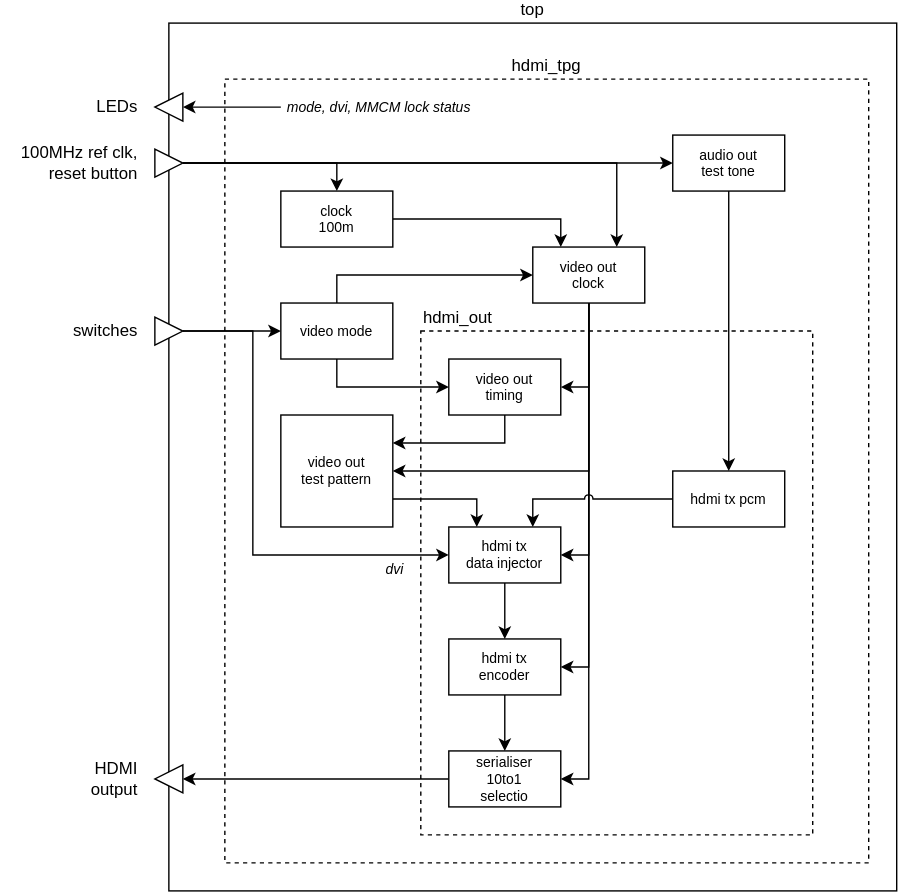
This is doc/hdmi_tpg/hdmi_tpg.svg from amb5l/tyto_project, a draw.io export, as it was before one commit. Source tidied: cells renumbered, new cells last; positions are measured from the earlier drawing's top-left corner, leaving out a move shared by most shapes. Source of this version:
```xml
<mxGraphModel>
  <root>
    <mxCell id="0" />
    <mxCell id="1" parent="0" />
    <mxCell id="2" value="top" style="rounded=0;whiteSpace=wrap;html=1;fontSize=12;glass=0;strokeWidth=1;shadow=0;labelPosition=center;verticalLabelPosition=top;align=center;verticalAlign=bottom;fillColor=none;" parent="1" vertex="1">
      <mxGeometry x="120" width="520" height="620" as="geometry" />
    </mxCell>
    <mxCell id="3" value="hdmi_tpg" style="rounded=0;whiteSpace=wrap;html=1;fontSize=12;glass=0;strokeWidth=1;shadow=0;labelPosition=center;verticalLabelPosition=top;align=center;verticalAlign=bottom;fillColor=none;dashed=1;" parent="1" vertex="1">
      <mxGeometry x="160" y="40" width="460" height="560" as="geometry" />
    </mxCell>
    <mxCell id="4" value="hdmi_out" style="rounded=0;whiteSpace=wrap;html=1;fontSize=12;glass=0;strokeWidth=1;shadow=0;labelPosition=center;verticalLabelPosition=top;align=left;verticalAlign=bottom;fillColor=none;dashed=1;" parent="1" vertex="1">
      <mxGeometry x="300" y="220" width="280" height="360" as="geometry" />
    </mxCell>
    <mxCell id="5" style="edgeStyle=orthogonalEdgeStyle;rounded=0;jumpStyle=arc;jettySize=auto;html=1;exitX=1;exitY=0.5;exitDx=0;exitDy=0;entryX=0.5;entryY=0;entryDx=0;entryDy=0;endArrow=classic;endFill=1;fontSize=10;" parent="1" edge="1" source="8" target="16">
      <mxGeometry relative="1" as="geometry" />
    </mxCell>
    <mxCell id="6" style="edgeStyle=orthogonalEdgeStyle;rounded=0;jumpStyle=arc;jettySize=auto;html=1;exitX=1;exitY=0.5;exitDx=0;exitDy=0;entryX=0;entryY=0.5;entryDx=0;entryDy=0;endArrow=classic;endFill=1;fontSize=10;" parent="1" edge="1" source="8" target="31">
      <mxGeometry relative="1" as="geometry" />
    </mxCell>
    <mxCell id="7" style="edgeStyle=orthogonalEdgeStyle;rounded=0;jumpStyle=arc;jettySize=auto;html=1;exitX=1;exitY=0.5;exitDx=0;exitDy=0;entryX=0.75;entryY=0;entryDx=0;entryDy=0;endArrow=classic;endFill=1;fontSize=10;" parent="1" edge="1" source="8" target="22">
      <mxGeometry relative="1" as="geometry" />
    </mxCell>
    <mxCell id="8" style="triangle;whiteSpace=wrap;html=1;" parent="1" vertex="1">
      <mxGeometry x="110" y="90" width="20" height="20" as="geometry" />
    </mxCell>
    <mxCell id="9" value="100MHz ref clk, reset button" style="text;html=1;strokeColor=none;fillColor=none;align=right;verticalAlign=middle;whiteSpace=wrap;rounded=0;" parent="1" vertex="1">
      <mxGeometry y="90" width="100" height="20" as="geometry" />
    </mxCell>
    <mxCell id="10" value="HDMI output" style="text;html=1;strokeColor=none;fillColor=none;align=right;verticalAlign=middle;whiteSpace=wrap;rounded=0;" parent="1" vertex="1">
      <mxGeometry x="40" y="530" width="60" height="20" as="geometry" />
    </mxCell>
    <mxCell id="11" style="edgeStyle=orthogonalEdgeStyle;rounded=0;jumpStyle=arc;jettySize=auto;html=1;exitX=1;exitY=0.5;exitDx=0;exitDy=0;entryX=0;entryY=0.5;entryDx=0;entryDy=0;endArrow=classic;endFill=1;fontSize=10;" parent="1" edge="1" source="13" target="27">
      <mxGeometry relative="1" as="geometry" />
    </mxCell>
    <mxCell id="12" style="edgeStyle=orthogonalEdgeStyle;rounded=0;jettySize=auto;html=1;exitX=1;exitY=0.5;exitDx=0;exitDy=0;entryX=0;entryY=0.5;entryDx=0;entryDy=0;" parent="1" edge="1" source="13" target="28">
      <mxGeometry relative="1" as="geometry">
        <Array as="points">
          <mxPoint x="180" y="220" />
          <mxPoint x="180" y="380" />
        </Array>
      </mxGeometry>
    </mxCell>
    <mxCell id="13" style="triangle;whiteSpace=wrap;html=1;" parent="1" vertex="1">
      <mxGeometry x="110" y="210" width="20" height="20" as="geometry" />
    </mxCell>
    <mxCell id="14" value="switches" style="text;html=1;strokeColor=none;fillColor=none;align=right;verticalAlign=middle;whiteSpace=wrap;rounded=0;" parent="1" vertex="1">
      <mxGeometry y="210" width="100" height="20" as="geometry" />
    </mxCell>
    <mxCell id="15" style="edgeStyle=orthogonalEdgeStyle;rounded=0;jumpStyle=arc;jettySize=auto;html=1;exitX=1;exitY=0.5;exitDx=0;exitDy=0;endArrow=classic;endFill=1;fontSize=10;entryX=0.25;entryY=0;entryDx=0;entryDy=0;" parent="1" edge="1" source="16" target="22">
      <mxGeometry relative="1" as="geometry" />
    </mxCell>
    <mxCell id="16" value="clock&lt;br&gt;100m" style="rounded=0;whiteSpace=wrap;html=1;fontSize=10;glass=0;strokeWidth=1;shadow=0;" parent="1" vertex="1">
      <mxGeometry x="200" y="120" width="80" height="40" as="geometry" />
    </mxCell>
    <mxCell id="17" style="edgeStyle=orthogonalEdgeStyle;rounded=0;jettySize=auto;html=1;exitX=0.5;exitY=1;exitDx=0;exitDy=0;entryX=1;entryY=0.5;entryDx=0;entryDy=0;" parent="1" edge="1" source="22" target="35">
      <mxGeometry relative="1" as="geometry" />
    </mxCell>
    <mxCell id="18" style="edgeStyle=orthogonalEdgeStyle;rounded=0;jettySize=auto;html=1;exitX=0.5;exitY=1;exitDx=0;exitDy=0;entryX=1;entryY=0.5;entryDx=0;entryDy=0;" parent="1" edge="1" source="22" target="33">
      <mxGeometry relative="1" as="geometry" />
    </mxCell>
    <mxCell id="19" style="edgeStyle=orthogonalEdgeStyle;rounded=0;jettySize=auto;html=1;exitX=0.5;exitY=1;exitDx=0;exitDy=0;entryX=1;entryY=0.5;entryDx=0;entryDy=0;" parent="1" edge="1" source="22" target="28">
      <mxGeometry relative="1" as="geometry" />
    </mxCell>
    <mxCell id="20" style="edgeStyle=orthogonalEdgeStyle;rounded=0;jumpStyle=arc;jettySize=auto;html=1;exitX=0.5;exitY=1;exitDx=0;exitDy=0;entryX=1;entryY=0.5;entryDx=0;entryDy=0;" parent="1" edge="1" source="22" target="36">
      <mxGeometry relative="1" as="geometry" />
    </mxCell>
    <mxCell id="21" style="edgeStyle=orthogonalEdgeStyle;rounded=0;jumpStyle=arc;jettySize=auto;html=1;exitX=0.5;exitY=1;exitDx=0;exitDy=0;entryX=1;entryY=0.5;entryDx=0;entryDy=0;" parent="1" edge="1" source="22" target="38">
      <mxGeometry relative="1" as="geometry" />
    </mxCell>
    <mxCell id="22" value="video out&lt;br style=&quot;font-size: 10px;&quot;&gt;clock" style="rounded=0;whiteSpace=wrap;html=1;fontSize=10;glass=0;strokeWidth=1;shadow=0;" parent="1" vertex="1">
      <mxGeometry x="380" y="160" width="80" height="40" as="geometry" />
    </mxCell>
    <mxCell id="23" style="triangle;whiteSpace=wrap;html=1;rotation=-180;" parent="1" vertex="1">
      <mxGeometry x="110" y="50" width="20" height="20" as="geometry" />
    </mxCell>
    <mxCell id="24" value="LEDs" style="text;html=1;strokeColor=none;fillColor=none;align=right;verticalAlign=middle;whiteSpace=wrap;rounded=0;" parent="1" vertex="1">
      <mxGeometry y="50" width="100" height="20" as="geometry" />
    </mxCell>
    <mxCell id="25" style="edgeStyle=orthogonalEdgeStyle;rounded=0;jettySize=auto;html=1;exitX=0.5;exitY=1;exitDx=0;exitDy=0;entryX=0;entryY=0.5;entryDx=0;entryDy=0;" parent="1" edge="1" source="27" target="35">
      <mxGeometry relative="1" as="geometry" />
    </mxCell>
    <mxCell id="26" style="edgeStyle=orthogonalEdgeStyle;rounded=0;jettySize=auto;html=1;exitX=0.5;exitY=0;exitDx=0;exitDy=0;" parent="1" edge="1" source="27" target="22">
      <mxGeometry relative="1" as="geometry" />
    </mxCell>
    <mxCell id="27" value="video mode" style="rounded=0;whiteSpace=wrap;html=1;fontSize=10;glass=0;strokeWidth=1;shadow=0;" parent="1" vertex="1">
      <mxGeometry x="200" y="200" width="80" height="40" as="geometry" />
    </mxCell>
    <mxCell id="28" value="hdmi tx&lt;br style=&quot;font-size: 10px;&quot;&gt;data injector" style="rounded=0;whiteSpace=wrap;html=1;fontSize=10;glass=0;strokeWidth=1;shadow=0;" parent="1" vertex="1">
      <mxGeometry x="320" y="360" width="80" height="40" as="geometry" />
    </mxCell>
    <mxCell id="29" value="hdmi tx pcm" style="rounded=0;whiteSpace=wrap;html=1;fontSize=10;glass=0;strokeWidth=1;shadow=0;" parent="1" vertex="1">
      <mxGeometry x="480" y="320" width="80" height="40" as="geometry" />
    </mxCell>
    <mxCell id="30" style="edgeStyle=orthogonalEdgeStyle;rounded=0;jettySize=auto;html=1;exitX=0.5;exitY=1;exitDx=0;exitDy=0;entryX=0.5;entryY=0;entryDx=0;entryDy=0;" parent="1" edge="1" source="31" target="29">
      <mxGeometry relative="1" as="geometry" />
    </mxCell>
    <mxCell id="31" value="audio out&lt;br style=&quot;font-size: 10px;&quot;&gt;test tone" style="rounded=0;whiteSpace=wrap;html=1;fontSize=10;glass=0;strokeWidth=1;shadow=0;" parent="1" vertex="1">
      <mxGeometry x="480" y="80" width="80" height="40" as="geometry" />
    </mxCell>
    <mxCell id="32" style="edgeStyle=orthogonalEdgeStyle;rounded=0;jumpStyle=arc;jettySize=auto;html=1;exitX=1;exitY=0.75;exitDx=0;exitDy=0;entryX=0.25;entryY=0;entryDx=0;entryDy=0;fontSize=10;" parent="1" edge="1" source="33" target="28">
      <mxGeometry relative="1" as="geometry" />
    </mxCell>
    <mxCell id="33" value="video out&lt;br style=&quot;font-size: 10px;&quot;&gt;test pattern" style="rounded=0;whiteSpace=wrap;html=1;fontSize=10;glass=0;strokeWidth=1;shadow=0;" parent="1" vertex="1">
      <mxGeometry x="200" y="280" width="80" height="80" as="geometry" />
    </mxCell>
    <mxCell id="34" style="edgeStyle=orthogonalEdgeStyle;rounded=0;jumpStyle=arc;jettySize=auto;html=1;exitX=0.5;exitY=1;exitDx=0;exitDy=0;entryX=1;entryY=0.25;entryDx=0;entryDy=0;fontSize=10;" parent="1" edge="1" source="35" target="33">
      <mxGeometry relative="1" as="geometry" />
    </mxCell>
    <mxCell id="35" value="video out&lt;br style=&quot;font-size: 10px&quot;&gt;timing" style="rounded=0;whiteSpace=wrap;html=1;fontSize=10;glass=0;strokeWidth=1;shadow=0;" parent="1" vertex="1">
      <mxGeometry x="320" y="240" width="80" height="40" as="geometry" />
    </mxCell>
    <mxCell id="36" value="hdmi tx&lt;br style=&quot;font-size: 10px;&quot;&gt;encoder" style="rounded=0;whiteSpace=wrap;html=1;fontSize=10;glass=0;strokeWidth=1;shadow=0;" parent="1" vertex="1">
      <mxGeometry x="320" y="440" width="80" height="40" as="geometry" />
    </mxCell>
    <mxCell id="37" style="edgeStyle=orthogonalEdgeStyle;rounded=0;jumpStyle=arc;jettySize=auto;html=1;exitX=0;exitY=0.5;exitDx=0;exitDy=0;entryX=0;entryY=0.5;entryDx=0;entryDy=0;endArrow=classic;endFill=1;fontSize=10;" parent="1" edge="1" source="38" target="41">
      <mxGeometry relative="1" as="geometry" />
    </mxCell>
    <mxCell id="38" value="serialiser&lt;br&gt;10to1&lt;br style=&quot;font-size: 10px&quot;&gt;selectio" style="rounded=0;whiteSpace=wrap;html=1;fontSize=10;glass=0;strokeWidth=1;shadow=0;" parent="1" vertex="1">
      <mxGeometry x="320" y="520" width="80" height="40" as="geometry" />
    </mxCell>
    <mxCell id="39" style="endArrow=classic;html=1;entryX=0.5;entryY=0;entryDx=0;entryDy=0;exitX=0.5;exitY=1;exitDx=0;exitDy=0;" parent="1" edge="1" source="28" target="36">
      <mxGeometry relative="1" as="geometry" />
    </mxCell>
    <mxCell id="40" style="endArrow=classic;html=1;entryX=0.5;entryY=0;entryDx=0;entryDy=0;exitX=0.5;exitY=1;exitDx=0;exitDy=0;" parent="1" edge="1" source="36" target="38">
      <mxGeometry relative="1" as="geometry" />
    </mxCell>
    <mxCell id="41" style="triangle;whiteSpace=wrap;html=1;rotation=-180;" parent="1" vertex="1">
      <mxGeometry x="110" y="530" width="20" height="20" as="geometry" />
    </mxCell>
    <mxCell id="42" style="edgeStyle=orthogonalEdgeStyle;rounded=0;jumpStyle=arc;jettySize=auto;html=1;exitX=0;exitY=0.5;exitDx=0;exitDy=0;entryX=0;entryY=0.5;entryDx=0;entryDy=0;endArrow=classic;endFill=1;fontSize=10;" parent="1" edge="1" source="44" target="23">
      <mxGeometry relative="1" as="geometry" />
    </mxCell>
    <mxCell id="43" value="&lt;span style=&quot;font-size: 10px&quot;&gt;dvi&lt;br style=&quot;font-size: 10px&quot;&gt;&lt;/span&gt;" style="text;html=1;strokeColor=none;fillColor=none;align=right;verticalAlign=middle;whiteSpace=wrap;rounded=0;fontStyle=2;fontSize=10;" parent="1" vertex="1">
      <mxGeometry x="230" y="380" width="60" height="20" as="geometry" />
    </mxCell>
    <mxCell id="44" value="&lt;span style=&quot;font-size: 10px&quot;&gt;&amp;nbsp;mode, dvi, MMCM lock status&lt;br style=&quot;font-size: 10px&quot;&gt;&lt;/span&gt;" style="text;html=1;strokeColor=none;fillColor=none;align=left;verticalAlign=middle;whiteSpace=wrap;rounded=0;fontStyle=2;fontSize=10;" parent="1" vertex="1">
      <mxGeometry x="200" y="50" width="160" height="20" as="geometry" />
    </mxCell>
    <mxCell id="45" style="edgeStyle=orthogonalEdgeStyle;rounded=0;jumpStyle=arc;jettySize=auto;html=1;exitX=0;exitY=0.5;exitDx=0;exitDy=0;entryX=0.75;entryY=0;entryDx=0;entryDy=0;" parent="1" edge="1" source="29" target="28">
      <mxGeometry relative="1" as="geometry" />
    </mxCell>
  </root>
</mxGraphModel>
```
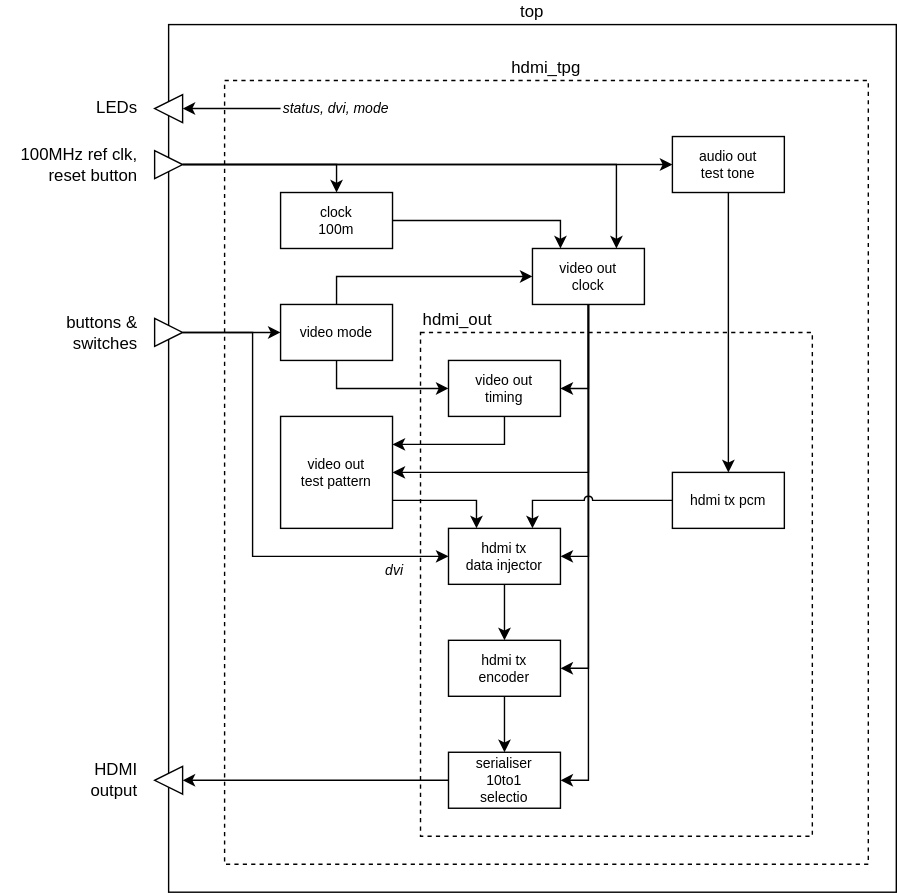
The same diagram one commit later.

What changed in the source:
```diff
@@ -43,7 +43,7 @@
     <mxCell id="13" style="triangle;whiteSpace=wrap;html=1;" parent="1" vertex="1">
       <mxGeometry x="110" y="210" width="20" height="20" as="geometry" />
     </mxCell>
-    <mxCell id="14" value="switches" style="text;html=1;strokeColor=none;fillColor=none;align=right;verticalAlign=middle;whiteSpace=wrap;rounded=0;" parent="1" vertex="1">
+    <mxCell id="14" value="buttons &amp;amp; switches" style="text;html=1;strokeColor=none;fillColor=none;align=right;verticalAlign=middle;whiteSpace=wrap;rounded=0;" parent="1" vertex="1">
       <mxGeometry y="210" width="100" height="20" as="geometry" />
     </mxCell>
     <mxCell id="15" style="edgeStyle=orthogonalEdgeStyle;rounded=0;jumpStyle=arc;jettySize=auto;html=1;exitX=1;exitY=0.5;exitDx=0;exitDy=0;endArrow=classic;endFill=1;fontSize=10;entryX=0.25;entryY=0;entryDx=0;entryDy=0;" parent="1" edge="1" source="16" target="22">
@@ -133,7 +133,7 @@
     <mxCell id="43" value="&lt;span style=&quot;font-size: 10px&quot;&gt;dvi&lt;br style=&quot;font-size: 10px&quot;&gt;&lt;/span&gt;" style="text;html=1;strokeColor=none;fillColor=none;align=right;verticalAlign=middle;whiteSpace=wrap;rounded=0;fontStyle=2;fontSize=10;" parent="1" vertex="1">
       <mxGeometry x="230" y="380" width="60" height="20" as="geometry" />
     </mxCell>
-    <mxCell id="44" value="&lt;span style=&quot;font-size: 10px&quot;&gt;&amp;nbsp;mode, dvi, MMCM lock status&lt;br style=&quot;font-size: 10px&quot;&gt;&lt;/span&gt;" style="text;html=1;strokeColor=none;fillColor=none;align=left;verticalAlign=middle;whiteSpace=wrap;rounded=0;fontStyle=2;fontSize=10;" parent="1" vertex="1">
+    <mxCell id="44" value="&lt;span style=&quot;font-size: 10px&quot;&gt;status, dvi, mode&lt;br style=&quot;font-size: 10px&quot;&gt;&lt;/span&gt;" style="text;html=1;strokeColor=none;fillColor=none;align=left;verticalAlign=middle;whiteSpace=wrap;rounded=0;fontStyle=2;fontSize=10;" parent="1" vertex="1">
       <mxGeometry x="200" y="50" width="160" height="20" as="geometry" />
     </mxCell>
     <mxCell id="45" style="edgeStyle=orthogonalEdgeStyle;rounded=0;jumpStyle=arc;jettySize=auto;html=1;exitX=0;exitY=0.5;exitDx=0;exitDy=0;entryX=0.75;entryY=0;entryDx=0;entryDy=0;" parent="1" edge="1" source="29" target="28">
```
